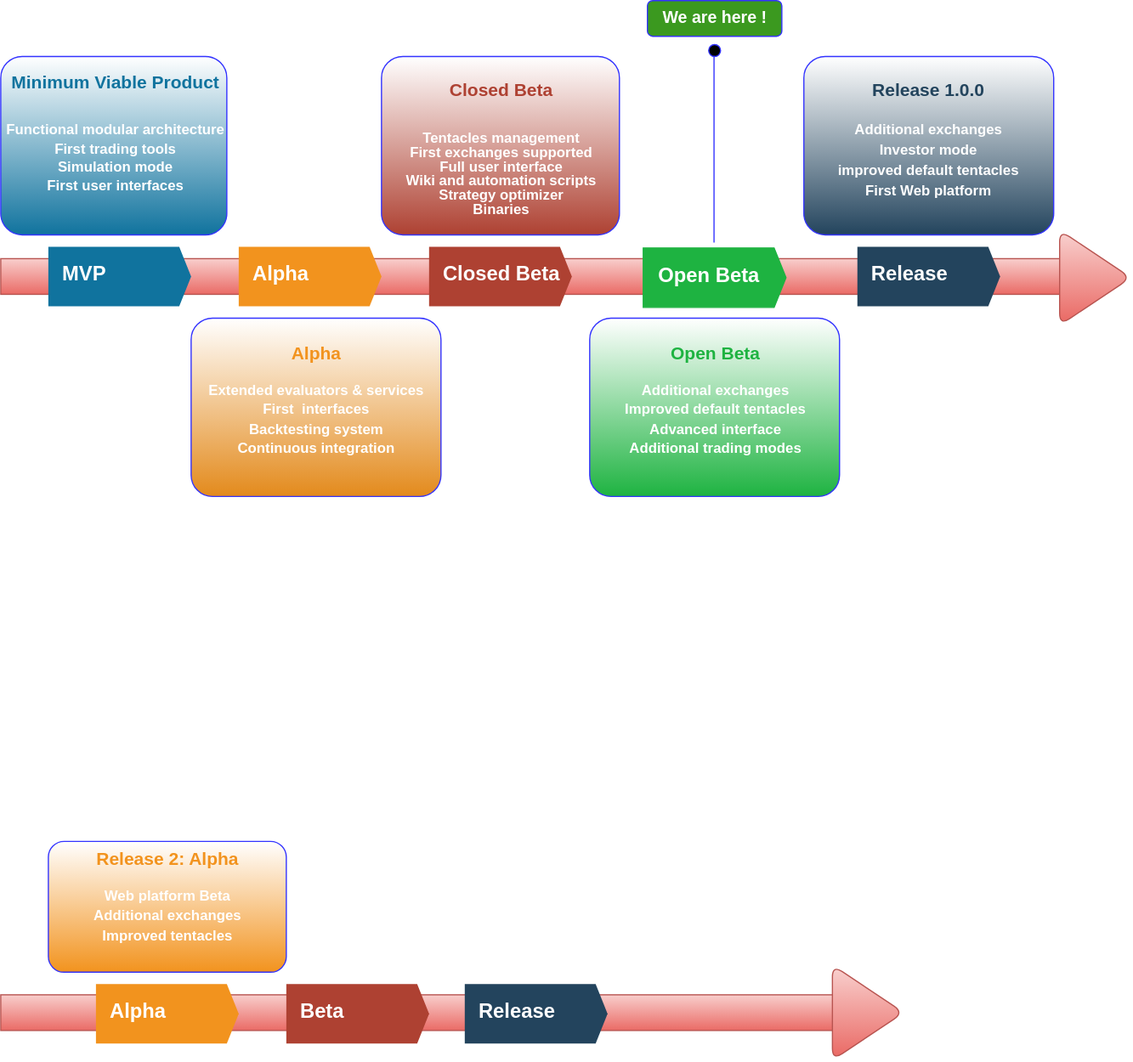
This is roadmap_open_beta.svg from Drakkar-Software/OctoBot, a draw.io export, as it was before one commit. Source tidied: cells renumbered, new cells last; positions are measured from the earlier drawing's top-left corner, leaving out a move shared by most shapes. Source of this version:
```xml
<mxGraphModel background="#ffffff">
  <root>
    <mxCell id="0" />
    <mxCell id="1" parent="0" />
    <mxCell id="2" style="fillColor=#f8cecc;rounded=0;strokeColor=#b85450;gradientColor=#ea6b66;comic=0;" parent="1" vertex="1">
      <mxGeometry y="836" width="700" height="30" as="geometry" />
    </mxCell>
    <mxCell id="3" style="fillColor=#f8cecc;rounded=0;strokeColor=#b85450;gradientColor=#ea6b66;comic=0;" parent="1" vertex="1">
      <mxGeometry y="217" width="890" height="30" as="geometry" />
    </mxCell>
    <mxCell id="4" value="MVP" style="shape=mxgraph.infographic.ribbonSimple;notch1=0;notch2=10;notch=0;html=1;fillColor=#10739E;strokeColor=none;shadow=0;fontSize=17;fontColor=#FFFFFF;align=left;spacingLeft=10;fontStyle=1;" parent="1" vertex="1">
      <mxGeometry x="40" y="207" width="120" height="50" as="geometry" />
    </mxCell>
    <mxCell id="5" value="Alpha" style="shape=mxgraph.infographic.ribbonSimple;notch1=0;notch2=10;notch=0;html=1;fillColor=#F2931E;strokeColor=none;shadow=0;fontSize=17;fontColor=#FFFFFF;align=left;spacingLeft=10;fontStyle=1;" parent="1" vertex="1">
      <mxGeometry x="200" y="207" width="120" height="50" as="geometry" />
    </mxCell>
    <mxCell id="6" value="Closed Beta" style="shape=mxgraph.infographic.ribbonSimple;notch1=0;notch2=10;notch=0;html=1;fillColor=#AE4132;strokeColor=none;shadow=0;fontSize=17;fontColor=#FFFFFF;align=left;spacingLeft=10;fontStyle=1;" parent="1" vertex="1">
      <mxGeometry x="360" y="207" width="120" height="50" as="geometry" />
    </mxCell>
    <mxCell id="7" value="Release" style="shape=mxgraph.infographic.ribbonSimple;notch1=0;notch2=10;notch=0;html=1;fillColor=#23445D;strokeColor=none;shadow=0;fontSize=17;fontColor=#FFFFFF;align=left;spacingLeft=10;fontStyle=1;" parent="1" vertex="1">
      <mxGeometry x="720" y="207" width="120" height="50" as="geometry" />
    </mxCell>
    <mxCell id="8" value="Alpha" style="shape=mxgraph.infographic.ribbonSimple;notch1=0;notch2=10;notch=0;html=1;fillColor=#F2931E;strokeColor=none;shadow=0;fontSize=17;fontColor=#FFFFFF;align=left;spacingLeft=10;fontStyle=1;" parent="1" vertex="1">
      <mxGeometry x="80" y="827" width="120" height="50" as="geometry" />
    </mxCell>
    <mxCell id="9" value="Beta" style="shape=mxgraph.infographic.ribbonSimple;notch1=0;notch2=10;notch=0;html=1;fillColor=#AE4132;strokeColor=none;shadow=0;fontSize=17;fontColor=#FFFFFF;align=left;spacingLeft=10;fontStyle=1;" parent="1" vertex="1">
      <mxGeometry x="240" y="827" width="120" height="50" as="geometry" />
    </mxCell>
    <mxCell id="10" value="Release" style="shape=mxgraph.infographic.ribbonSimple;notch1=0;notch2=10;notch=0;html=1;fillColor=#23445D;strokeColor=none;shadow=0;fontSize=17;fontColor=#FFFFFF;align=left;spacingLeft=10;fontStyle=1;" parent="1" vertex="1">
      <mxGeometry x="390" y="827" width="120" height="50" as="geometry" />
    </mxCell>
    <mxCell id="11" value="&lt;p style=&quot;line-height: 70%&quot;&gt;&lt;font style=&quot;font-size: 15px&quot; color=&quot;#10739E&quot;&gt;Minimum Viable Product&lt;/font&gt;&lt;/p&gt;&lt;p style=&quot;line-height: 130%&quot;&gt;&lt;br&gt;Functional modular architecture&lt;br&gt;First trading tools&lt;br&gt;Simulation mode&lt;br&gt;First user interfaces&lt;br&gt;&lt;/p&gt;" style="rounded=1;strokeColor=#3333FF;fillColor=#FFFFFF;align=center;arcSize=12;verticalAlign=top;whiteSpace=wrap;html=1;fontSize=12;gradientColor=#10739E;fontStyle=1;fontColor=#FFFFFF;" parent="1" vertex="1">
      <mxGeometry y="47" width="190" height="150" as="geometry" />
    </mxCell>
    <mxCell id="12" value="&lt;p style=&quot;line-height: 90% ; font-size: 15px&quot;&gt;&lt;font style=&quot;font-size: 15px ; line-height: 120%&quot;&gt;&lt;font style=&quot;font-size: 15px&quot; color=&quot;#F2931E&quot;&gt;&lt;b&gt;Alpha&lt;/b&gt;&lt;/font&gt;&lt;br&gt;&lt;/font&gt;&lt;br&gt;&lt;font style=&quot;font-size: 12px ; line-height: 130%&quot;&gt;Extended evaluators &amp;amp; services&lt;br&gt;First&amp;nbsp; interfaces&lt;br&gt;Backtesting system&lt;br&gt;Continuous integration&lt;br&gt;&lt;/font&gt;&lt;/p&gt;" style="rounded=1;strokeColor=#3333FF;fillColor=#FFFFFF;align=center;arcSize=12;verticalAlign=top;whiteSpace=wrap;html=1;fontSize=12;fontColor=#FFFFFF;fontStyle=1;gradientColor=#E38A1C;" parent="1" vertex="1">
      <mxGeometry x="160" y="267" width="210" height="150" as="geometry" />
    </mxCell>
    <mxCell id="13" value="&lt;p style=&quot;line-height: 100% ; font-size: 15px&quot;&gt;&lt;font style=&quot;font-size: 15px&quot; color=&quot;#AE4132&quot;&gt;&lt;font style=&quot;font-size: 15px&quot;&gt;&lt;b&gt;&lt;font style=&quot;font-size: 15px&quot;&gt;&lt;b style=&quot;line-height: 92%&quot;&gt;Closed Beta&lt;br&gt;&lt;/b&gt;&lt;/font&gt;&lt;/b&gt;&lt;/font&gt;&lt;/font&gt;&lt;/p&gt;&lt;p style=&quot;line-height: 100%&quot;&gt;&lt;br&gt;&lt;font&gt;Tentacles management&lt;br&gt;First exchanges supported&lt;br&gt;Full user interface&lt;br&gt;Wiki and automation scripts&lt;/font&gt;&lt;br&gt;Strategy optimizer&lt;br&gt;Binaries&lt;/p&gt;" style="rounded=1;strokeColor=#3333FF;fillColor=#FFFFFF;align=center;arcSize=12;verticalAlign=top;whiteSpace=wrap;html=1;fontSize=12;fontColor=#FFFFFF;fontStyle=1;gradientColor=#AE4132;spacing=2;" parent="1" vertex="1">
      <mxGeometry x="320" y="47" width="200" height="150" as="geometry" />
    </mxCell>
    <mxCell id="14" value="&lt;p style=&quot;line-height: 100% ; font-size: 15px&quot;&gt;&lt;font color=&quot;#23445D&quot;&gt;&lt;b&gt;&lt;font&gt;&lt;b&gt;Release 1.0.0&lt;/b&gt;&lt;/font&gt;&lt;/b&gt;&lt;/font&gt;&lt;font style=&quot;font-size: 10px&quot;&gt;&lt;br&gt;&lt;/font&gt;&lt;br&gt;&lt;font style=&quot;font-size: 12px&quot;&gt;&lt;font style=&quot;font-size: 12px&quot;&gt;Additional exchanges&lt;/font&gt;&lt;/font&gt;&lt;br&gt;&lt;font style=&quot;font-size: 12px&quot;&gt;&lt;font style=&quot;font-size: 12px&quot;&gt;Investor mode&lt;/font&gt;&lt;/font&gt;&lt;br&gt;&lt;font style=&quot;font-size: 12px&quot;&gt;&lt;font style=&quot;font-size: 12px ; line-height: 125%&quot;&gt;improved default tentacles&lt;/font&gt;&lt;/font&gt;&lt;br&gt;&lt;font style=&quot;font-size: 12px&quot;&gt;&lt;font style=&quot;font-size: 12px&quot;&gt;First Web platform&lt;/font&gt;&lt;/font&gt;&lt;br&gt;&lt;font style=&quot;font-size: 12px&quot;&gt;&lt;font style=&quot;font-size: 12px&quot;&gt;&lt;br&gt;&lt;/font&gt;&lt;/font&gt;&lt;/p&gt;" style="rounded=1;strokeColor=#3333FF;fillColor=#FFFFFF;align=center;arcSize=12;verticalAlign=top;whiteSpace=wrap;html=1;fontSize=12;fontColor=#FFFFFF;fontStyle=1;gradientColor=#23445D;" parent="1" vertex="1">
      <mxGeometry x="675" y="47" width="210" height="150" as="geometry" />
    </mxCell>
    <mxCell id="15" value="&lt;font style=&quot;font-size: 15px&quot;&gt;&lt;font style=&quot;font-size: 15px&quot; color=&quot;#F2931E&quot;&gt;&lt;b&gt;Release 2: Alpha &lt;/b&gt;&lt;/font&gt;&lt;br&gt;&lt;/font&gt;&lt;br&gt;&lt;font style=&quot;font-size: 12px ; line-height: 140%&quot;&gt;Web platform Beta&lt;br&gt;Additional exchanges&lt;br&gt;Improved tentacles&lt;/font&gt;" style="rounded=1;strokeColor=#3333FF;fillColor=#FFFFFF;align=center;arcSize=12;verticalAlign=top;whiteSpace=wrap;html=1;fontSize=12;fontColor=#FFFFFF;fontStyle=1;gradientColor=#F2931E;" parent="1" vertex="1">
      <mxGeometry x="40" y="707" width="200" height="110" as="geometry" />
    </mxCell>
    <mxCell id="16" style="shape=lollipop;direction=south;html=1;rounded=1;comic=0;strokeColor=#3333FF;fillColor=#010203;gradientColor=none;fontColor=#FFFFFF;align=center;rotation=-90;" parent="1" vertex="1">
      <mxGeometry x="516" y="115" width="167" height="10" as="geometry" />
    </mxCell>
    <mxCell id="17" value="&lt;font style=&quot;font-size: 14px&quot;&gt;We are here !&lt;/font&gt;" style="rounded=1;whiteSpace=wrap;html=1;comic=0;strokeColor=#3333FF;fillColor=#3B991F;gradientColor=none;fontColor=#FFFFFF;align=center;fontStyle=1;" parent="1" vertex="1">
      <mxGeometry x="543.5" width="113" height="30" as="geometry" />
    </mxCell>
    <mxCell id="18" style="triangle;whiteSpace=wrap;html=1;rounded=1;comic=0;strokeColor=#b85450;fillColor=#f8cecc;gradientColor=#ea6b66;fontColor=#FFFFFF;align=center;" parent="1" vertex="1">
      <mxGeometry x="890" y="193" width="60" height="80" as="geometry" />
    </mxCell>
    <mxCell id="19" style="triangle;whiteSpace=wrap;html=1;rounded=1;comic=0;strokeColor=#b85450;fillColor=#f8cecc;gradientColor=#ea6b66;fontColor=#FFFFFF;align=center;" parent="1" vertex="1">
      <mxGeometry x="699" y="811" width="60" height="80" as="geometry" />
    </mxCell>
    <mxCell id="20" value="Open Beta" style="shape=mxgraph.infographic.ribbonSimple;notch1=0;notch2=10;notch=0;html=1;fillColor=#1EB341;strokeColor=#1EB341;shadow=0;fontSize=17;fontColor=#FFFFFF;align=left;spacingLeft=10;fontStyle=1;" parent="1" vertex="1">
      <mxGeometry x="540" y="208" width="120" height="50" as="geometry" />
    </mxCell>
    <mxCell id="21" value="&lt;p style=&quot;line-height: 90% ; font-size: 15px&quot;&gt;&lt;font style=&quot;font-size: 15px ; line-height: 120%&quot;&gt;&lt;font style=&quot;font-size: 15px&quot; color=&quot;#1EB341&quot;&gt;&lt;b&gt;Open Beta&lt;/b&gt;&lt;/font&gt;&lt;br&gt;&lt;/font&gt;&lt;br&gt;&lt;font style=&quot;font-size: 12px ; line-height: 130%&quot;&gt;Additional exchanges&lt;br&gt;Improved default tentacles&lt;br&gt;Advanced interface&lt;br&gt;Additional trading modes&lt;br&gt;&lt;/font&gt;&lt;/p&gt;" style="rounded=1;strokeColor=#3333FF;fillColor=#FFFFFF;align=center;arcSize=12;verticalAlign=top;whiteSpace=wrap;html=1;fontSize=12;fontColor=#FFFFFF;fontStyle=1;gradientColor=#1EB341;" parent="1" vertex="1">
      <mxGeometry x="495" y="267" width="210" height="150" as="geometry" />
    </mxCell>
  </root>
</mxGraphModel>
```
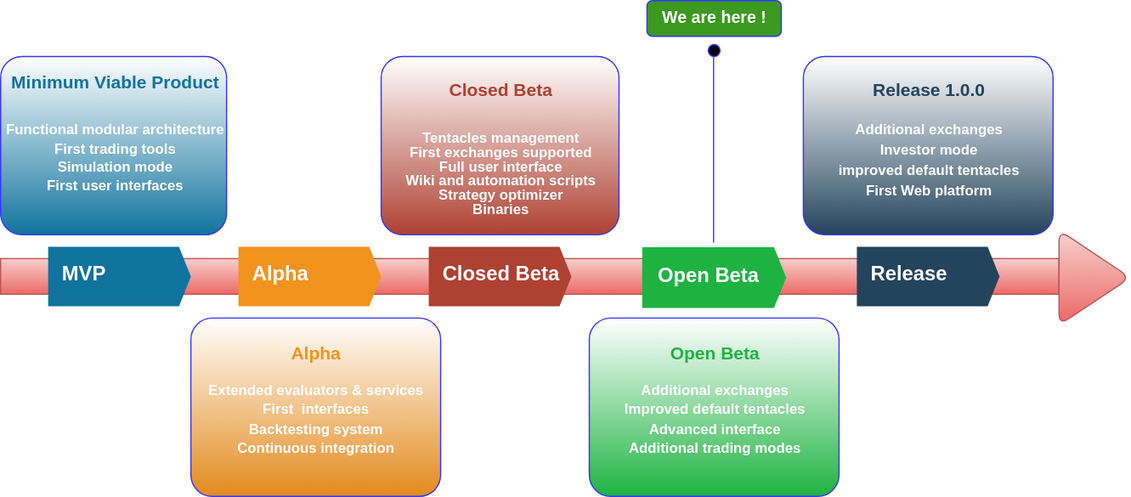
The same file after the commit.

The edit, as a diff of the source:
```diff
@@ -2,9 +2,6 @@
   <root>
     <mxCell id="0" />
     <mxCell id="1" parent="0" />
-    <mxCell id="2" style="fillColor=#f8cecc;rounded=0;strokeColor=#b85450;gradientColor=#ea6b66;comic=0;" parent="1" vertex="1">
-      <mxGeometry y="836" width="700" height="30" as="geometry" />
-    </mxCell>
     <mxCell id="3" style="fillColor=#f8cecc;rounded=0;strokeColor=#b85450;gradientColor=#ea6b66;comic=0;" parent="1" vertex="1">
       <mxGeometry y="217" width="890" height="30" as="geometry" />
     </mxCell>
@@ -20,15 +17,6 @@
     <mxCell id="7" value="Release" style="shape=mxgraph.infographic.ribbonSimple;notch1=0;notch2=10;notch=0;html=1;fillColor=#23445D;strokeColor=none;shadow=0;fontSize=17;fontColor=#FFFFFF;align=left;spacingLeft=10;fontStyle=1;" parent="1" vertex="1">
       <mxGeometry x="720" y="207" width="120" height="50" as="geometry" />
     </mxCell>
-    <mxCell id="8" value="Alpha" style="shape=mxgraph.infographic.ribbonSimple;notch1=0;notch2=10;notch=0;html=1;fillColor=#F2931E;strokeColor=none;shadow=0;fontSize=17;fontColor=#FFFFFF;align=left;spacingLeft=10;fontStyle=1;" parent="1" vertex="1">
-      <mxGeometry x="80" y="827" width="120" height="50" as="geometry" />
-    </mxCell>
-    <mxCell id="9" value="Beta" style="shape=mxgraph.infographic.ribbonSimple;notch1=0;notch2=10;notch=0;html=1;fillColor=#AE4132;strokeColor=none;shadow=0;fontSize=17;fontColor=#FFFFFF;align=left;spacingLeft=10;fontStyle=1;" parent="1" vertex="1">
-      <mxGeometry x="240" y="827" width="120" height="50" as="geometry" />
-    </mxCell>
-    <mxCell id="10" value="Release" style="shape=mxgraph.infographic.ribbonSimple;notch1=0;notch2=10;notch=0;html=1;fillColor=#23445D;strokeColor=none;shadow=0;fontSize=17;fontColor=#FFFFFF;align=left;spacingLeft=10;fontStyle=1;" parent="1" vertex="1">
-      <mxGeometry x="390" y="827" width="120" height="50" as="geometry" />
-    </mxCell>
     <mxCell id="11" value="&lt;p style=&quot;line-height: 70%&quot;&gt;&lt;font style=&quot;font-size: 15px&quot; color=&quot;#10739E&quot;&gt;Minimum Viable Product&lt;/font&gt;&lt;/p&gt;&lt;p style=&quot;line-height: 130%&quot;&gt;&lt;br&gt;Functional modular architecture&lt;br&gt;First trading tools&lt;br&gt;Simulation mode&lt;br&gt;First user interfaces&lt;br&gt;&lt;/p&gt;" style="rounded=1;strokeColor=#3333FF;fillColor=#FFFFFF;align=center;arcSize=12;verticalAlign=top;whiteSpace=wrap;html=1;fontSize=12;gradientColor=#10739E;fontStyle=1;fontColor=#FFFFFF;" parent="1" vertex="1">
       <mxGeometry y="47" width="190" height="150" as="geometry" />
     </mxCell>
@@ -41,9 +29,6 @@
     <mxCell id="14" value="&lt;p style=&quot;line-height: 100% ; font-size: 15px&quot;&gt;&lt;font color=&quot;#23445D&quot;&gt;&lt;b&gt;&lt;font&gt;&lt;b&gt;Release 1.0.0&lt;/b&gt;&lt;/font&gt;&lt;/b&gt;&lt;/font&gt;&lt;font style=&quot;font-size: 10px&quot;&gt;&lt;br&gt;&lt;/font&gt;&lt;br&gt;&lt;font style=&quot;font-size: 12px&quot;&gt;&lt;font style=&quot;font-size: 12px&quot;&gt;Additional exchanges&lt;/font&gt;&lt;/font&gt;&lt;br&gt;&lt;font style=&quot;font-size: 12px&quot;&gt;&lt;font style=&quot;font-size: 12px&quot;&gt;Investor mode&lt;/font&gt;&lt;/font&gt;&lt;br&gt;&lt;font style=&quot;font-size: 12px&quot;&gt;&lt;font style=&quot;font-size: 12px ; line-height: 125%&quot;&gt;improved default tentacles&lt;/font&gt;&lt;/font&gt;&lt;br&gt;&lt;font style=&quot;font-size: 12px&quot;&gt;&lt;font style=&quot;font-size: 12px&quot;&gt;First Web platform&lt;/font&gt;&lt;/font&gt;&lt;br&gt;&lt;font style=&quot;font-size: 12px&quot;&gt;&lt;font style=&quot;font-size: 12px&quot;&gt;&lt;br&gt;&lt;/font&gt;&lt;/font&gt;&lt;/p&gt;" style="rounded=1;strokeColor=#3333FF;fillColor=#FFFFFF;align=center;arcSize=12;verticalAlign=top;whiteSpace=wrap;html=1;fontSize=12;fontColor=#FFFFFF;fontStyle=1;gradientColor=#23445D;" parent="1" vertex="1">
       <mxGeometry x="675" y="47" width="210" height="150" as="geometry" />
     </mxCell>
-    <mxCell id="15" value="&lt;font style=&quot;font-size: 15px&quot;&gt;&lt;font style=&quot;font-size: 15px&quot; color=&quot;#F2931E&quot;&gt;&lt;b&gt;Release 2: Alpha &lt;/b&gt;&lt;/font&gt;&lt;br&gt;&lt;/font&gt;&lt;br&gt;&lt;font style=&quot;font-size: 12px ; line-height: 140%&quot;&gt;Web platform Beta&lt;br&gt;Additional exchanges&lt;br&gt;Improved tentacles&lt;/font&gt;" style="rounded=1;strokeColor=#3333FF;fillColor=#FFFFFF;align=center;arcSize=12;verticalAlign=top;whiteSpace=wrap;html=1;fontSize=12;fontColor=#FFFFFF;fontStyle=1;gradientColor=#F2931E;" parent="1" vertex="1">
-      <mxGeometry x="40" y="707" width="200" height="110" as="geometry" />
-    </mxCell>
     <mxCell id="16" style="shape=lollipop;direction=south;html=1;rounded=1;comic=0;strokeColor=#3333FF;fillColor=#010203;gradientColor=none;fontColor=#FFFFFF;align=center;rotation=-90;" parent="1" vertex="1">
       <mxGeometry x="516" y="115" width="167" height="10" as="geometry" />
     </mxCell>
@@ -53,9 +38,6 @@
     <mxCell id="18" style="triangle;whiteSpace=wrap;html=1;rounded=1;comic=0;strokeColor=#b85450;fillColor=#f8cecc;gradientColor=#ea6b66;fontColor=#FFFFFF;align=center;" parent="1" vertex="1">
       <mxGeometry x="890" y="193" width="60" height="80" as="geometry" />
     </mxCell>
-    <mxCell id="19" style="triangle;whiteSpace=wrap;html=1;rounded=1;comic=0;strokeColor=#b85450;fillColor=#f8cecc;gradientColor=#ea6b66;fontColor=#FFFFFF;align=center;" parent="1" vertex="1">
-      <mxGeometry x="699" y="811" width="60" height="80" as="geometry" />
-    </mxCell>
     <mxCell id="20" value="Open Beta" style="shape=mxgraph.infographic.ribbonSimple;notch1=0;notch2=10;notch=0;html=1;fillColor=#1EB341;strokeColor=#1EB341;shadow=0;fontSize=17;fontColor=#FFFFFF;align=left;spacingLeft=10;fontStyle=1;" parent="1" vertex="1">
       <mxGeometry x="540" y="208" width="120" height="50" as="geometry" />
     </mxCell>
```
